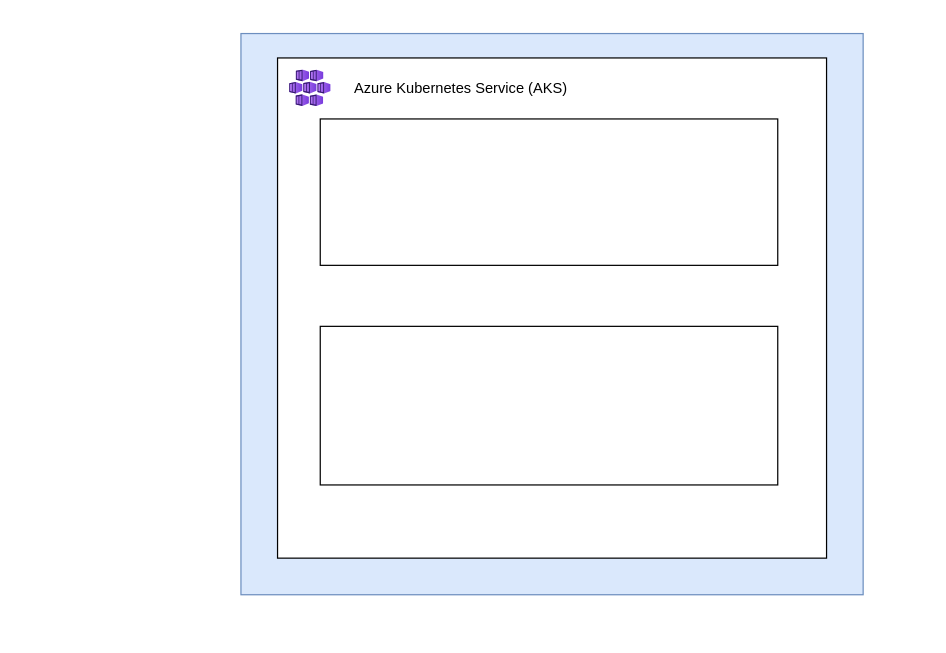
Above: UMS_Azure_Architecture.drawio in SanjuTechie87/ums-aks-architecture (draw.io), before the change. Source tidied: cells renumbered, new cells numbered last; positions are measured from the earlier drawing's top-left corner, leaving out a move shared by most shapes. Both pictures are drawn from the tidied source at 122%, with x=0, y=0 at pixel (240, 33).
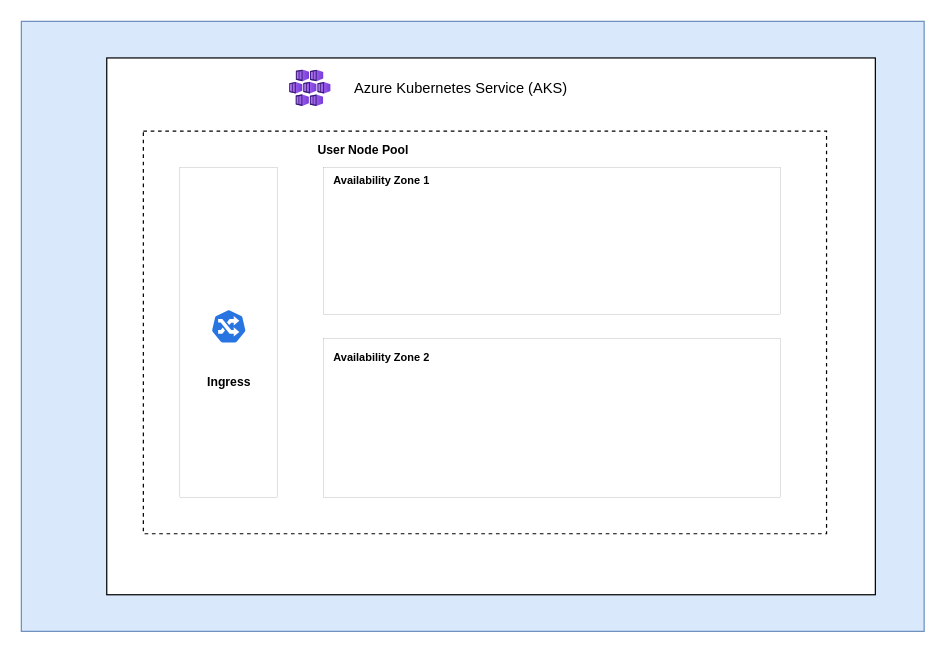
After the change.

What changed in the source:
```diff
@@
 <mxGraphModel>
   <root>
     <mxCell id="0" />
     <mxCell id="1" parent="0" />
     <mxCell id="2" style="rounded=0;whiteSpace=wrap;html=1;fillColor=#dae8fc;strokeColor=#6c8ebf;" parent="1" vertex="1">
-      <mxGeometry width="510" height="460" as="geometry" />
+      <mxGeometry x="-180" y="-10" width="740" height="500" as="geometry" />
     </mxCell>
     <mxCell id="3" style="rounded=0;whiteSpace=wrap;html=1;" parent="1" vertex="1">
-      <mxGeometry x="30" y="20" width="450" height="410" as="geometry" />
+      <mxGeometry x="-110" y="20" width="630" height="440" as="geometry" />
     </mxCell>
-    <mxCell id="4" style="rounded=0;whiteSpace=wrap;html=1;" parent="1" vertex="1">
-      <mxGeometry x="65" y="70" width="375" height="120" as="geometry" />
-    </mxCell>
+    <mxCell id="8" style="rounded=0;whiteSpace=wrap;html=1;dashed=1;" parent="1" vertex="1">
+      <mxGeometry x="-80" y="80" width="560" height="330" as="geometry" />
+    </mxCell>
-    <mxCell id="5" style="rounded=0;whiteSpace=wrap;html=1;" parent="1" vertex="1">
-      <mxGeometry x="65" y="240" width="375" height="130" as="geometry" />
+    <mxCell id="5" style="rounded=0;whiteSpace=wrap;html=1;strokeWidth=0;" parent="1" vertex="1">
+      <mxGeometry x="67.5" y="250" width="375" height="130" as="geometry" />
     </mxCell>
     <mxCell id="6" style="html=1;align=center;image;fontSize=12;image=img/lib/azure2/compute/Kubernetes_Services.svg;" parent="1" vertex="1">
       <mxGeometry x="40" y="30" width="34" height="30" as="geometry" />
     </mxCell>
     <mxCell id="7" value="Azure Kubernetes Service (AKS)" style="text;html=1;align=center;verticalAlign=middle;fillColor=none;strokeColor=none;rounded=0;" parent="1" vertex="1">
       <mxGeometry x="80" y="30" width="200" height="30" as="geometry" />
     </mxCell>
+    <mxCell id="4" style="rounded=0;whiteSpace=wrap;html=1;strokeWidth=0;" parent="1" vertex="1">
+      <mxGeometry x="67.5" y="110" width="375" height="120" as="geometry" />
+    </mxCell>
+    <mxCell id="9" value="User Node Pool" style="text;html=1;align=center;verticalAlign=middle;fillColor=none;strokeColor=none;rounded=0;fontSize=10;fontStyle=1;" parent="1" vertex="1">
+      <mxGeometry x="50" y="80" width="100" height="30" as="geometry" />
+    </mxCell>
+    <mxCell id="10" value="&lt;font style=&quot;font-size: 9px;&quot;&gt;&lt;b&gt;Availability Zone 1&lt;/b&gt;&lt;/font&gt;" style="text;html=1;align=center;verticalAlign=middle;fillColor=none;strokeColor=none;rounded=0;" parent="1" vertex="1">
+      <mxGeometry x="65" y="105" width="100" height="30" as="geometry" />
+    </mxCell>
+    <mxCell id="11" value="&lt;font style=&quot;font-size: 9px;&quot;&gt;&lt;b&gt;Availability Zone 2&lt;/b&gt;&lt;/font&gt;" style="text;html=1;align=center;verticalAlign=middle;fillColor=none;strokeColor=none;rounded=0;" parent="1" vertex="1">
+      <mxGeometry x="65" y="250" width="100" height="30" as="geometry" />
+    </mxCell>
+    <mxCell id="12" style="rounded=0;whiteSpace=wrap;html=1;fontSize=10;strokeWidth=0;" parent="1" vertex="1">
+      <mxGeometry x="-50" y="110" width="80" height="270" as="geometry" />
+    </mxCell>
+    <mxCell id="13" style="sketch=0;html=1;dashed=0;whitespace=wrap;fillColor=#2875E2;strokeColor=#ffffff;shape=mxgraph.kubernetes.icon;prIcon=ing;fontSize=10;" parent="1" vertex="1">
+      <mxGeometry x="-25" y="226" width="30" height="28" as="geometry" />
+    </mxCell>
+    <mxCell id="14" value="Ingress" style="text;html=1;align=center;verticalAlign=middle;fillColor=none;strokeColor=none;rounded=0;fontSize=10;fontStyle=1;" parent="1" vertex="1">
+      <mxGeometry x="-40" y="270" width="60" height="30" as="geometry" />
+    </mxCell>
   </root>
 </mxGraphModel>
```
